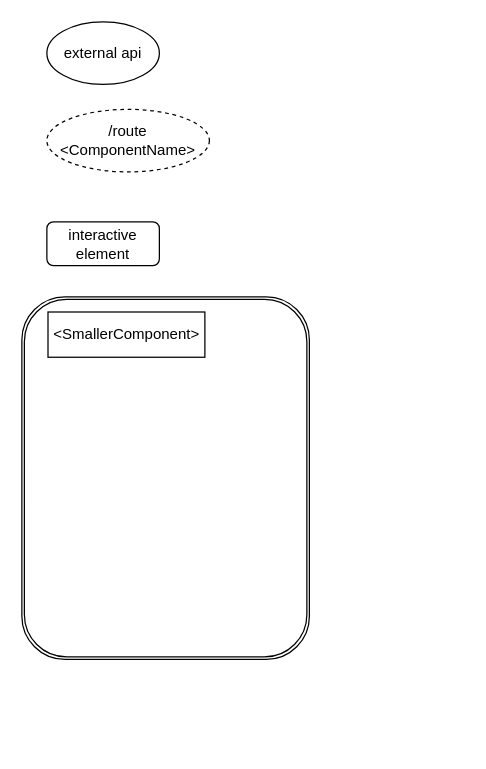
This is planning/FEDiagrams/key.drawio from kostasx/geopoints, a draw.io file, before an edit. Source tidied: cells renumbered, new cells numbered last; positions are measured from the earlier drawing's top-left corner, leaving out a move shared by most shapes. Both pictures are drawn from the tidied source at 125%, with x=0, y=0 at pixel (21, 21).
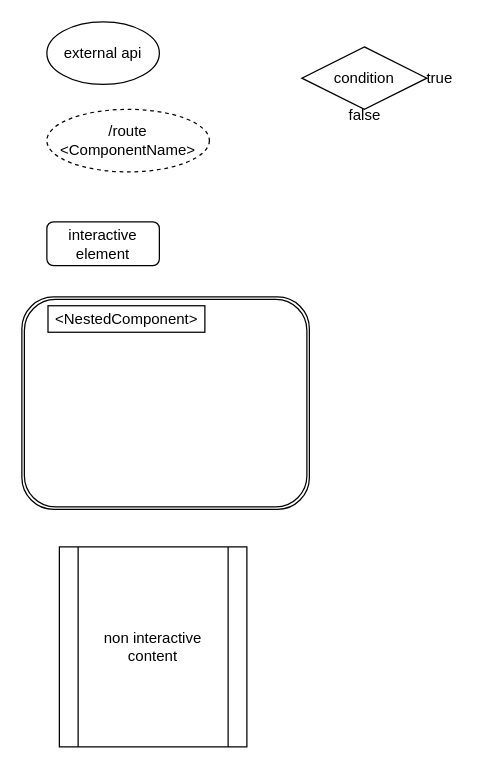
After the change.

Change to the diagram source:
```diff
@@
 <mxGraphModel>
   <root>
     <mxCell id="0" />
     <mxCell id="1" parent="0" />
     <mxCell id="2" value="/route&lt;br&gt;&amp;lt;ComponentName&amp;gt;" style="ellipse;whiteSpace=wrap;html=1;dashed=1;" parent="1" vertex="1">
       <mxGeometry x="20" y="70" width="130" height="50" as="geometry" />
     </mxCell>
     <mxCell id="3" value="interactive element" style="rounded=1;whiteSpace=wrap;html=1;" parent="1" vertex="1">
       <mxGeometry x="20" y="160" width="90" height="35" as="geometry" />
     </mxCell>
     <mxCell id="4" value="external api" style="ellipse;whiteSpace=wrap;html=1;" parent="1" vertex="1">
       <mxGeometry x="20" width="90" height="50" as="geometry" />
     </mxCell>
     <mxCell id="5" style="group;" parent="1" vertex="1">
-      <mxGeometry y="220" width="230" height="290" as="geometry" />
+      <mxGeometry y="220" width="230" height="170" as="geometry" />
     </mxCell>
     <mxCell id="6" style="shape=ext;double=1;rounded=1;whiteSpace=wrap;html=1;" parent="5" vertex="1">
-      <mxGeometry width="230" height="290" as="geometry" />
+      <mxGeometry width="230" height="170" as="geometry" />
     </mxCell>
-    <mxCell id="7" value="&amp;lt;SmallerComponent&amp;gt;" style="rounded=0;whiteSpace=wrap;html=1;" parent="5" vertex="1">
-      <mxGeometry x="20.9" y="12.1" width="125.5" height="36.2" as="geometry" />
+    <mxCell id="7" value="&amp;lt;NestedComponent&amp;gt;" style="rounded=0;whiteSpace=wrap;html=1;" parent="5" vertex="1">
+      <mxGeometry x="20.9" y="7.1" width="125.5" height="21.2" as="geometry" />
     </mxCell>
+    <mxCell id="8" value="non interactive&lt;br&gt;content" style="shape=process;whiteSpace=wrap;html=1;backgroundOutline=1;" parent="1" vertex="1">
+      <mxGeometry x="30" y="420" width="150" height="160" as="geometry" />
+    </mxCell>
+    <mxCell id="9" style="group;" parent="1" vertex="1">
+      <mxGeometry x="224" y="20" width="130" height="70" as="geometry" />
+    </mxCell>
+    <mxCell id="10" value="condition" style="rhombus;whiteSpace=wrap;html=1;" parent="9" vertex="1">
+      <mxGeometry width="100" height="50" as="geometry" />
+    </mxCell>
+    <mxCell id="11" value="false" style="text;html=1;align=center;verticalAlign=middle;strokeColor=none;fillColor=none;" parent="9" vertex="1">
+      <mxGeometry x="25" y="40" width="50" height="30" as="geometry" />
+    </mxCell>
+    <mxCell id="12" value="true" style="text;html=1;align=center;verticalAlign=middle;strokeColor=none;fillColor=none;" parent="9" vertex="1">
+      <mxGeometry x="90" y="10" width="40" height="30" as="geometry" />
+    </mxCell>
   </root>
 </mxGraphModel>
```
